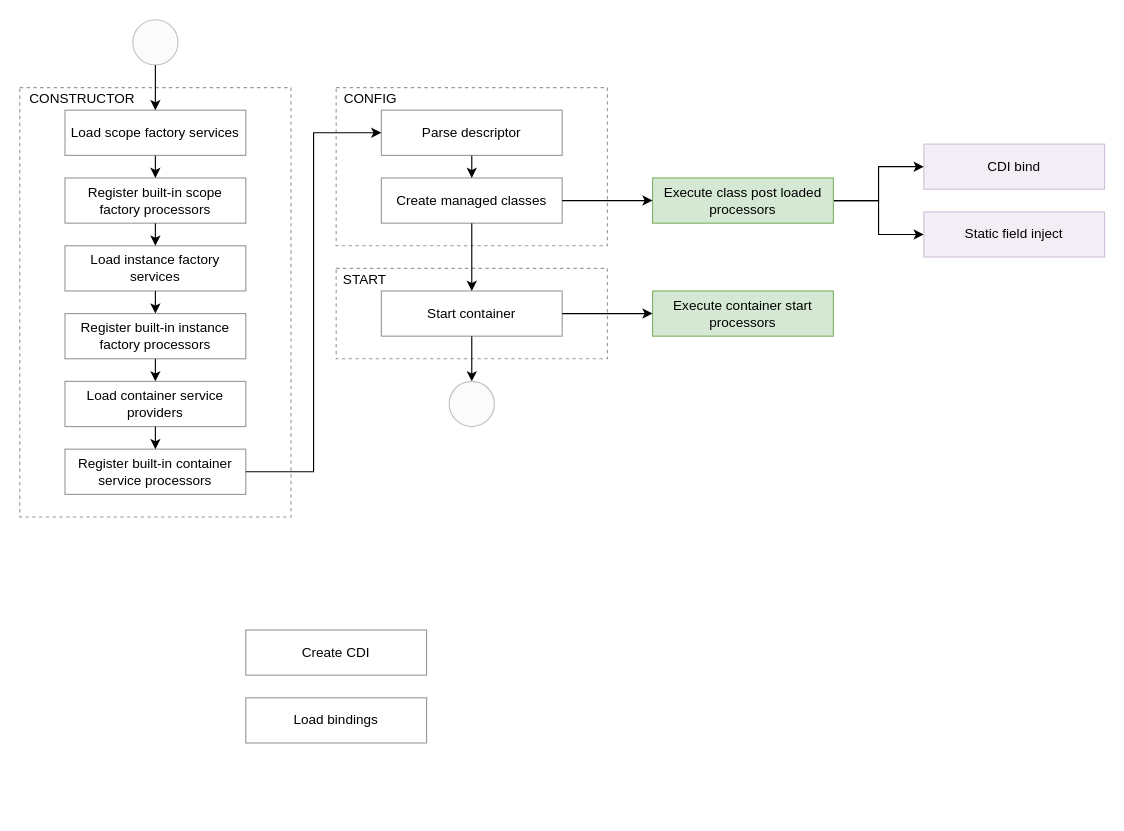
Above: page "Container Start" (5 of 10) of docs/container.drawio in js-lib-com/tiny-container (draw.io), before the change. Source tidied: cells renumbered, new cells numbered last; positions are measured from the earlier drawing's top-left corner, leaving out a move shared by most shapes. Both pictures are drawn from the tidied source at 113%, with x=0, y=0 at pixel (19, 19).
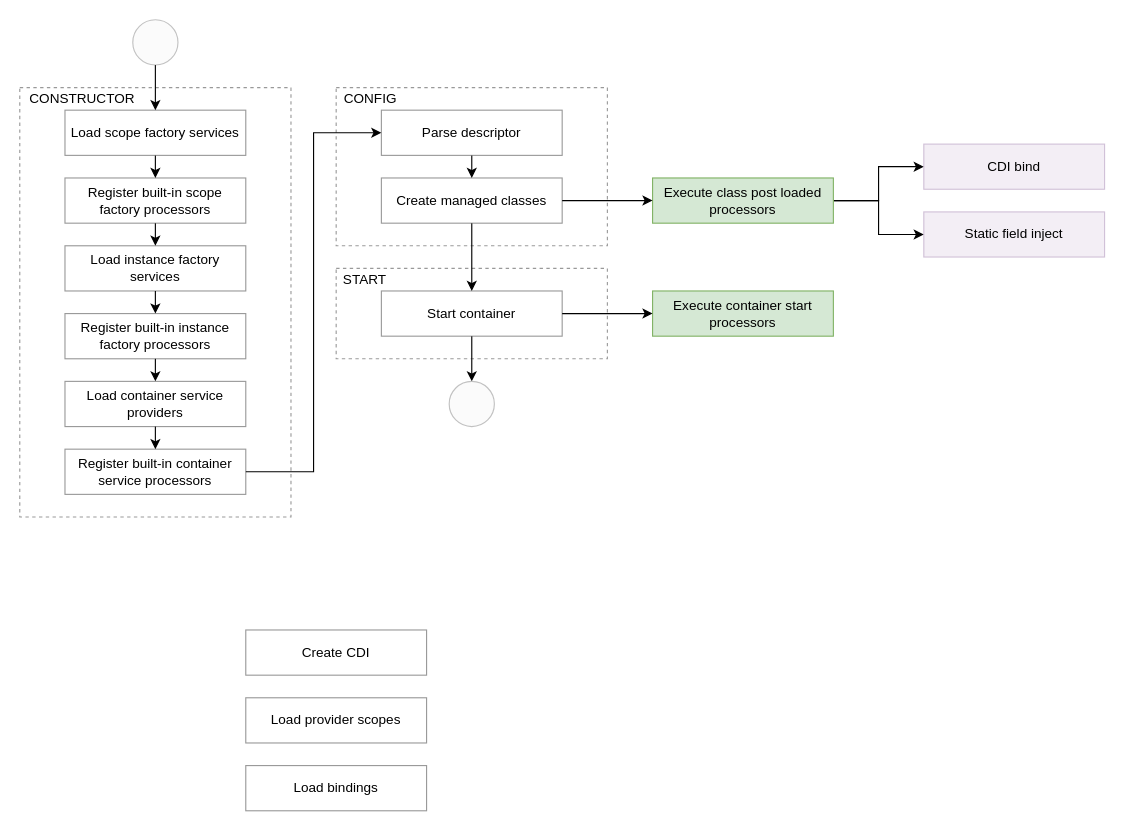
Above is the later version.

The edit, as a diff of the source:
```diff
@@
-    <mxCell id="36" value="Load bindings" style="rounded=0;whiteSpace=wrap;html=1;opacity=40;" parent="1" vertex="1">
+    <mxCell id="36" value="Load provider scopes" style="rounded=0;whiteSpace=wrap;html=1;opacity=40;" parent="1" vertex="1">
       <mxGeometry x="200" y="600" width="160" height="40" as="geometry" />
     </mxCell>
@@
+    <mxCell id="39" value="Load bindings" style="rounded=0;whiteSpace=wrap;html=1;opacity=40;" parent="1" vertex="1">
+      <mxGeometry x="200" y="660" width="160" height="40" as="geometry" />
+    </mxCell>
```
